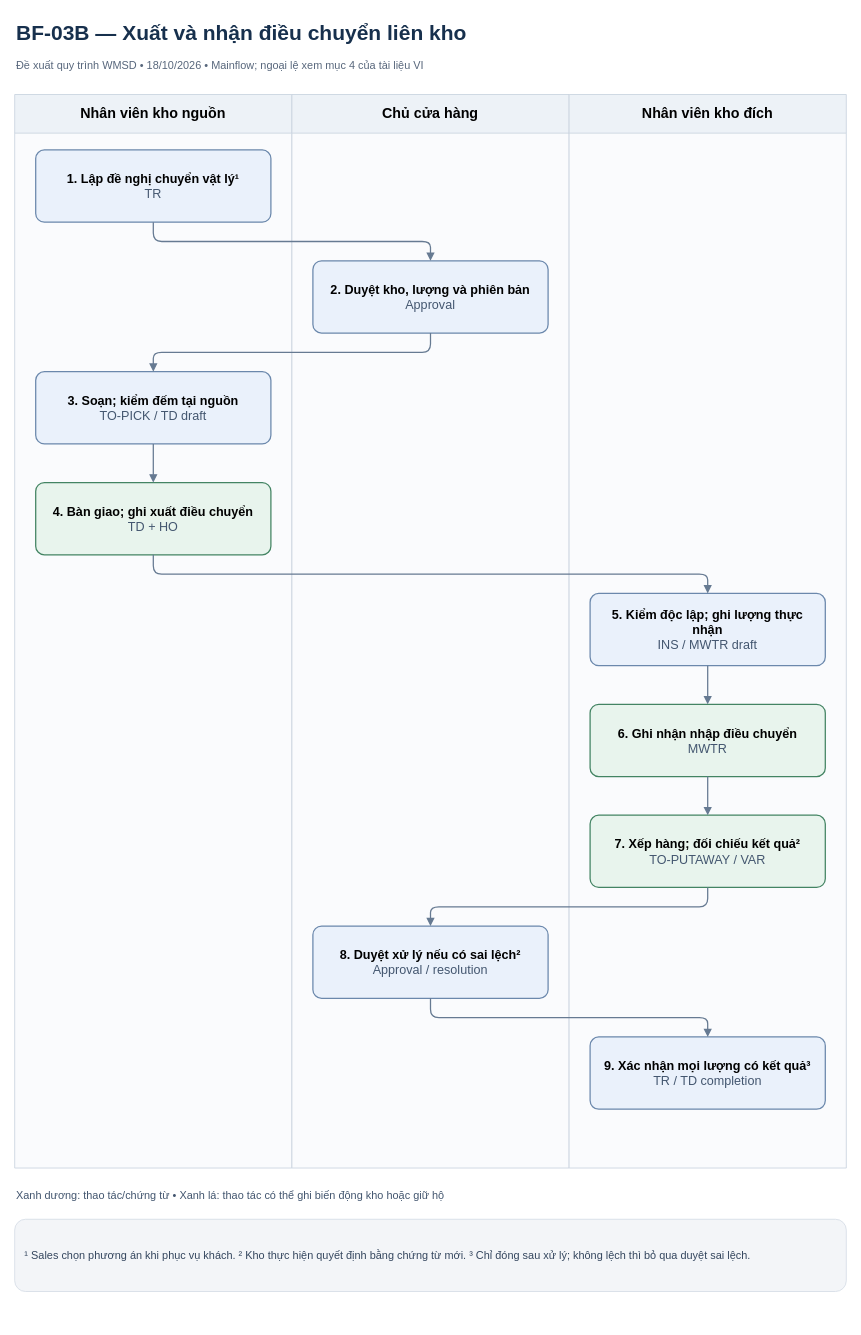
minhbach032003/docs_doan keeps this draw.io diagram as page "BF-03B VI" (4 of 16) of docs/04_so_do/WMSD_Mainflows_VI_EN.drawio. Above is the earlier version. Source tidied: cells renumbered, new cells numbered last; positions are measured from the earlier drawing's top-left corner, leaving out a move shared by most shapes. Both pictures are drawn from the tidied source at 84%, with x=0, y=0 at pixel (14, 14).
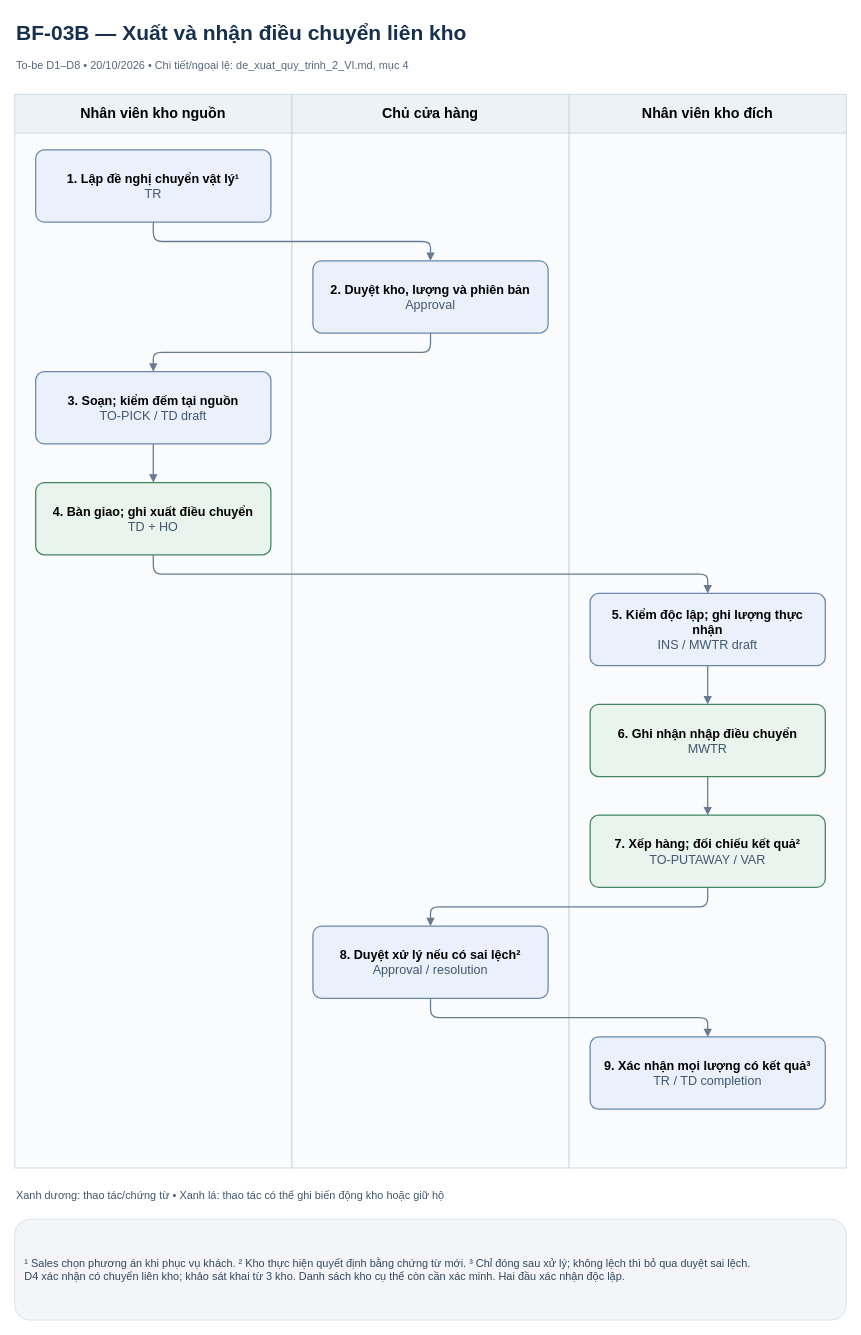
The same page after the edit.

Change to the diagram source:
```diff
@@
-    <mxCell id="3" value="Đề xuất quy trình WMSD • 18/10/2026 • Mainflow; ngoại lệ xem mục 4 của tài liệu VI" style="text;align=left;fontSize=13;fontColor=#58677c;html=1;fontFamily=Arial;whiteSpace=wrap;" parent="1" vertex="1">
+    <mxCell id="3" value="To-be D1–D8 • 20/10/2026 • Chi tiết/ngoại lệ: de_xuat_quy_trinh_2_VI.md, mục 4" style="text;align=left;fontSize=13;fontColor=#58677c;html=1;fontFamily=Arial;whiteSpace=wrap;" parent="1" vertex="1">
       <mxGeometry y="46" width="990" height="30" as="geometry" />
     </mxCell>
@@
-    <mxCell id="25" value="¹ Sales chọn phương án khi phục vụ khách. ² Kho thực hiện quyết định bằng chứng từ mới. ³ Chỉ đóng sau xử lý; không lệch thì bỏ qua duyệt sai lệch." style="rounded=1;fillColor=#f3f5f8;strokeColor=#d6dde6;align=left;spacing=12;fontSize=13;fontColor=#34465e;html=1;fontFamily=Arial;whiteSpace=wrap;" parent="1" vertex="1">
-      <mxGeometry y="1434" width="990" height="86" as="geometry" />
+    <mxCell id="25" value="¹ Sales chọn phương án khi phục vụ khách. ² Kho thực hiện quyết định bằng chứng từ mới. ³ Chỉ đóng sau xử lý; không lệch thì bỏ qua duyệt sai lệch.&lt;br&gt;D4 xác nhận có chuyển liên kho; khảo sát khai từ 3 kho. Danh sách kho cụ thể còn cần xác minh. Hai đầu xác nhận độc lập." style="rounded=1;fillColor=#f3f5f8;strokeColor=#d6dde6;align=left;spacing=12;fontSize=13;fontColor=#34465e;html=1;fontFamily=Arial;whiteSpace=wrap;" parent="1" vertex="1">
+      <mxGeometry y="1434" width="990" height="120" as="geometry" />
     </mxCell>
```
